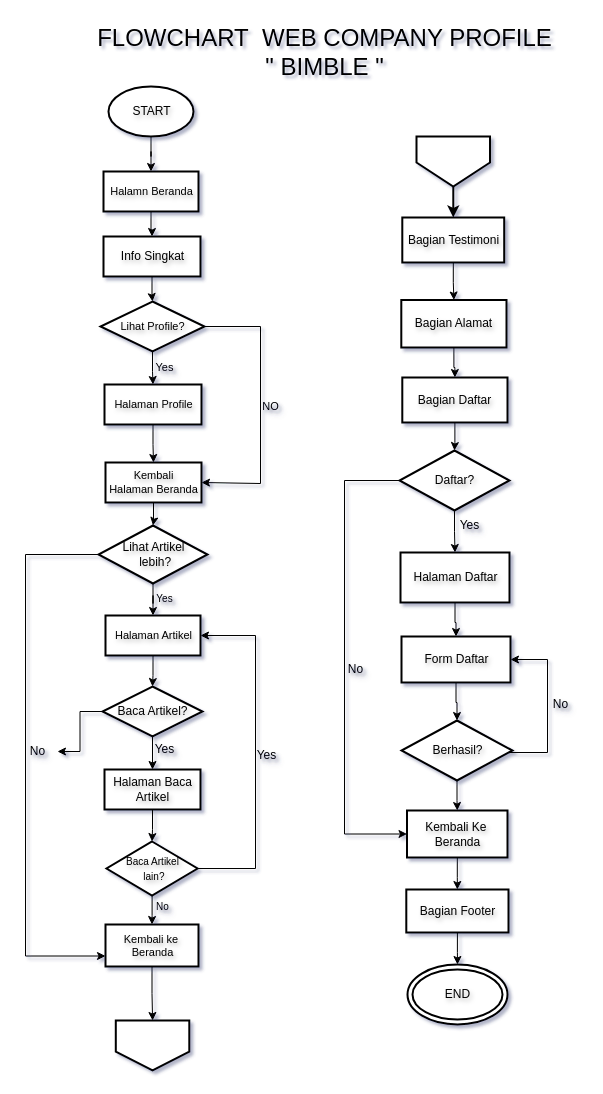
This is user.drawio from EnjoyUrLife69/PKL-INTERNAL, a draw.io file, before an edit. Source tidied: cells renumbered, new cells numbered last; positions are measured from the earlier drawing's top-left corner, leaving out a move shared by most shapes. Both pictures are drawn from the tidied source at 100%, with x=0, y=0 at pixel (17, 17).
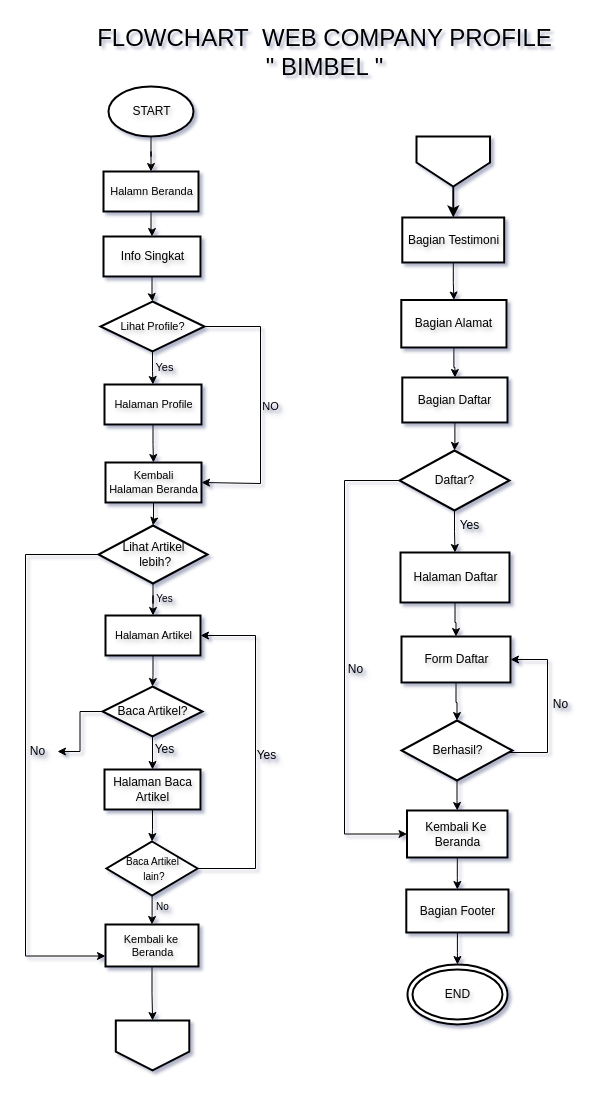
The same page after the edit.

What changed in the source:
```diff
@@
-    <mxCell id="64" value="&lt;font style=&quot;font-size: 24px;&quot;&gt;FLOWCHART&amp;nbsp; WEB COMPANY PROFILE&lt;/font&gt;&lt;div style=&quot;font-size: 24px;&quot;&gt;&lt;font style=&quot;font-size: 24px;&quot;&gt;&quot; BIMBLE &quot;&lt;/font&gt;&lt;/div&gt;" style="text;html=1;align=center;verticalAlign=middle;strokeColor=none;fillColor=none;fontSize=24;labelBackgroundColor=none;fontColor=default;" parent="1" vertex="1">
+    <mxCell id="64" value="&lt;font style=&quot;font-size: 24px;&quot;&gt;FLOWCHART&amp;nbsp; WEB COMPANY PROFILE&lt;/font&gt;&lt;div style=&quot;font-size: 24px;&quot;&gt;&lt;font style=&quot;font-size: 24px;&quot;&gt;&quot; BIMBEL &quot;&lt;/font&gt;&lt;/div&gt;" style="text;html=1;align=center;verticalAlign=middle;strokeColor=none;fillColor=none;fontSize=24;labelBackgroundColor=none;fontColor=default;" parent="1" vertex="1">
       <mxGeometry x="67" width="480" height="70" as="geometry" />
     </mxCell>
```
